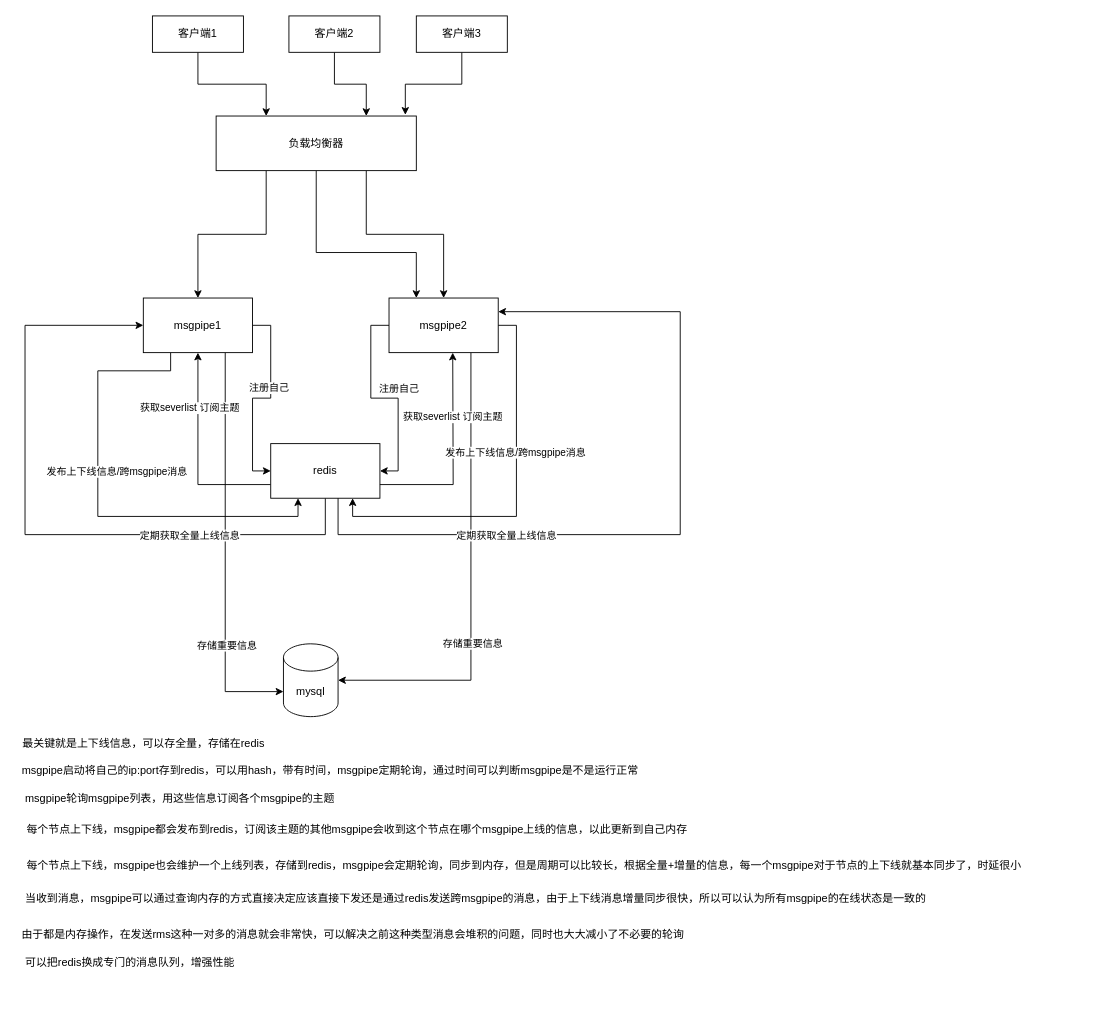
Before: Untitled Diagram.drawio in cba5119/hehe, a draw.io diagram. Source tidied: cells renumbered, new cells numbered last; positions are measured from the earlier drawing's top-left corner, leaving out a move shared by most shapes. Both pictures are drawn from the tidied source at 91%, with x=0, y=0 at pixel (15, 15).
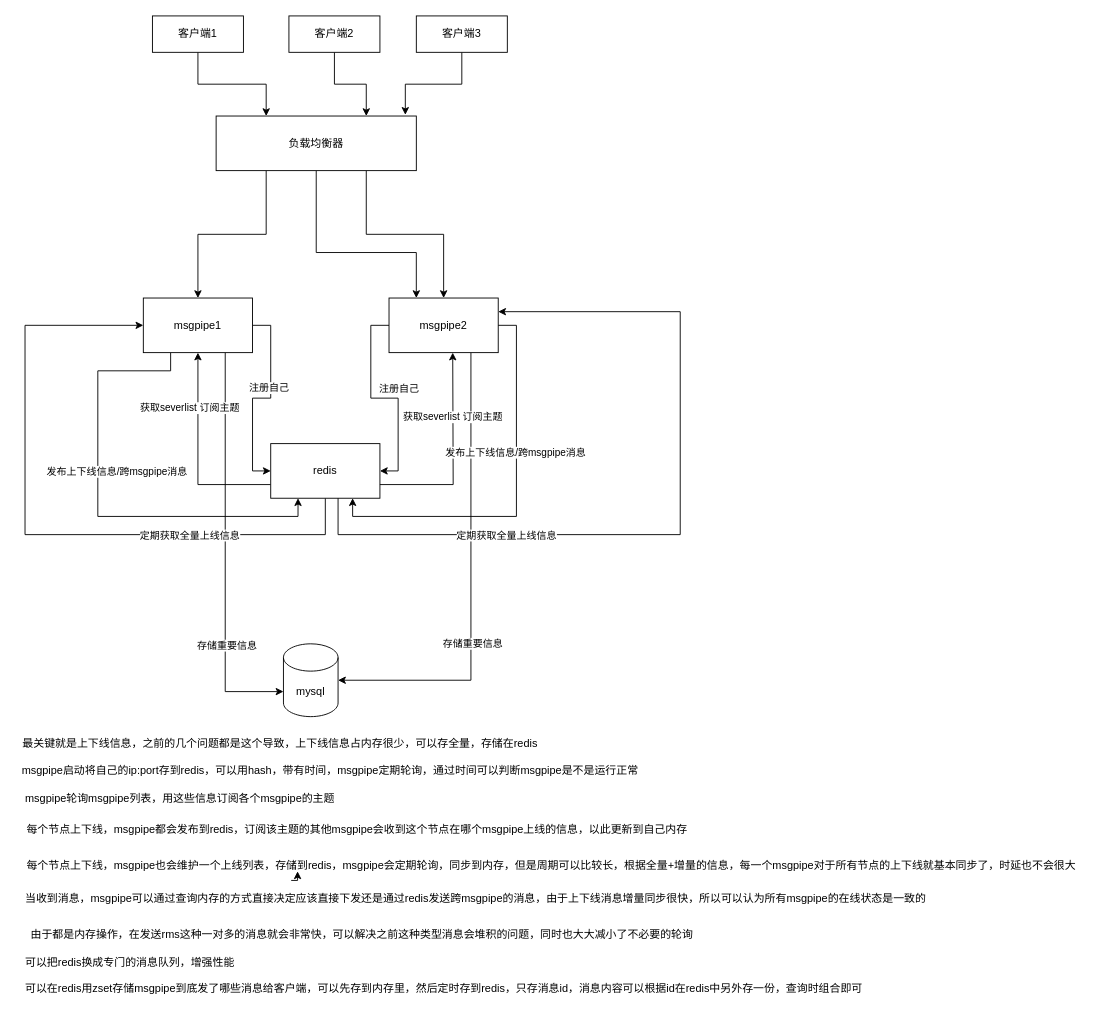
After the change.

What changed in the source:
```diff
@@
-    <mxCell id="37" value="最关键就是上下线信息，可以存全量，存储在redis" style="text;html=1;align=center;verticalAlign=middle;strokeColor=none;" parent="1" vertex="1">
-      <mxGeometry y="790" width="280" height="20" as="geometry" />
+    <mxCell id="37" value="最关键就是上下线信息，之前的几个问题都是这个导致，上下线信息占内存很少，可以存全量，存储在redis" style="text;html=1;align=center;verticalAlign=middle;strokeColor=none;" parent="1" vertex="1">
+      <mxGeometry y="790" width="580" height="20" as="geometry" />
     </mxCell>
@@
-    <mxCell id="41" value="&lt;div style=&quot;text-align: center&quot;&gt;&lt;span&gt;&lt;font face=&quot;helvetica&quot;&gt;每个节点上下线，msgpipe也会维护一个上线列表，存储到redis，msgpipe会定期轮询，同步到内存，但是周期可以比较长，根据全量+增量的信息，每一个msgpipe对于节点的上下线就基本同步了，时延很小&lt;/font&gt;&lt;/span&gt;&lt;/div&gt;" style="text;whiteSpace=wrap;html=1;" parent="1" vertex="1">
-      <mxGeometry x="10" y="920" width="1100" height="30" as="geometry" />
+    <mxCell id="41" value="&lt;div style=&quot;text-align: center&quot;&gt;&lt;span&gt;&lt;font face=&quot;helvetica&quot;&gt;每个节点上下线，msgpipe也会维护一个上线列表，存储到redis，msgpipe会定期轮询，同步到内存，但是周期可以比较长，根据全量+增量的信息，每一个msgpipe对于所有节点的上下线就基本同步了，时延也不会很大&lt;/font&gt;&lt;/span&gt;&lt;/div&gt;" style="text;whiteSpace=wrap;html=1;" parent="1" vertex="1">
+      <mxGeometry x="10" y="920" width="1170" height="30" as="geometry" />
     </mxCell>
@@
     <mxCell id="43" value="由于都是内存操作，在发送rms这种一对多的消息就会非常快，可以解决之前这种类型消息会堆积的问题，同时也大大减小了不必要的轮询" style="text;html=1;align=center;verticalAlign=middle;strokeColor=none;" parent="1" vertex="1">
-      <mxGeometry y="1000" width="740" height="20" as="geometry" />
+      <mxGeometry x="10" y="1000" width="740" height="20" as="geometry" />
     </mxCell>
@@
+    <mxCell id="45" style="edgeStyle=orthogonalEdgeStyle;rounded=0;orthogonalLoop=1;jettySize=auto;html=1;exitX=0.25;exitY=1;exitDx=0;exitDy=0;entryX=0.256;entryY=0.667;entryDx=0;entryDy=0;entryPerimeter=0;" parent="1" edge="1" source="41" target="41">
+      <mxGeometry relative="1" as="geometry" />
+    </mxCell>
+    <mxCell id="46" value="可以在redis用zset存储msgpipe到底发了哪些消息给客户端，可以先存到内存里，然后定时存到redis，只存消息id，消息内容可以根据id在redis中另外存一份，查询时组合即可" style="text;html=1;align=center;verticalAlign=middle;strokeColor=none;" parent="1" vertex="1">
+      <mxGeometry y="1059" width="940" height="20" as="geometry" />
+    </mxCell>
```
